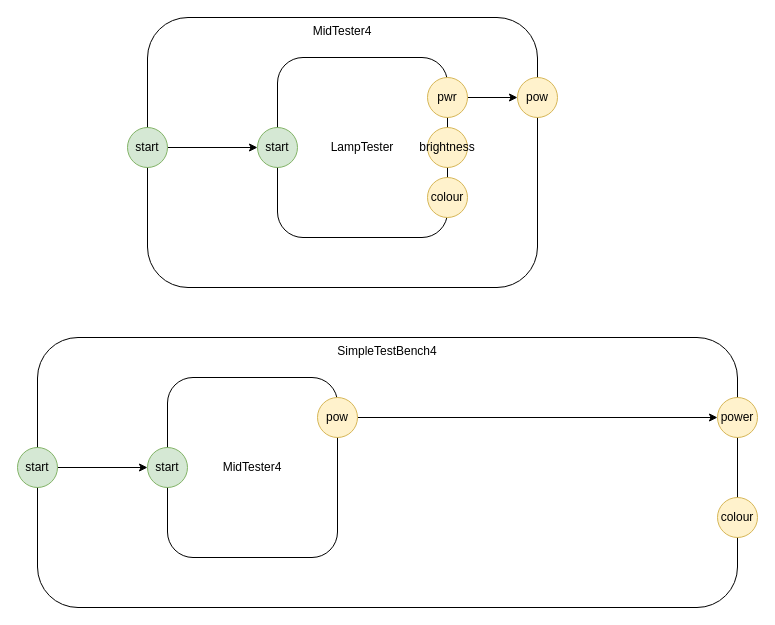
This is page "4 simple Tester" (9 of 11) of hsm.drawio from guitarvydas/hsm, a draw.io file, before an edit. Source tidied: cells renumbered, new cells numbered last; positions are measured from the earlier drawing's top-left corner, leaving out a move shared by most shapes. Both pictures are drawn from the tidied source at 100%, with x=0, y=0 at pixel (17, 17).
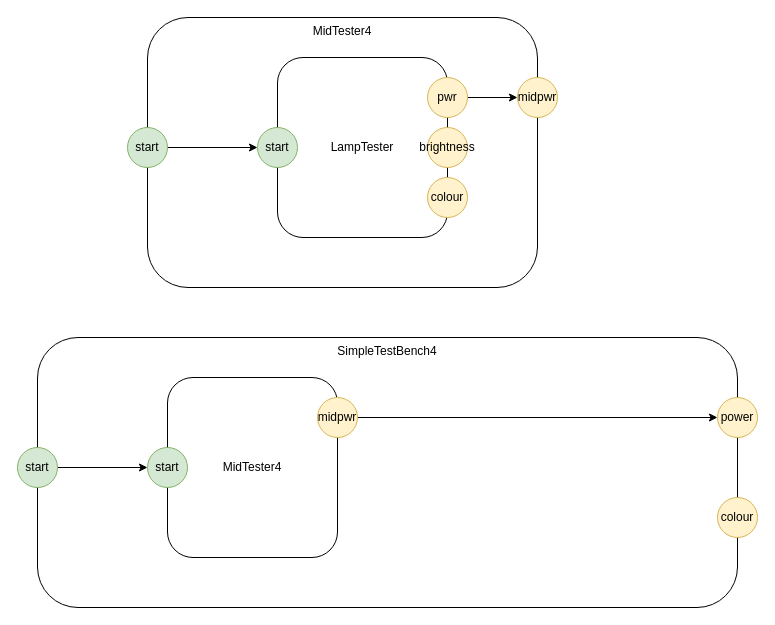
After the change.

The edit, as a diff of the source:
```diff
@@
-    <mxCell id="5" value="pow" style="ellipse;whiteSpace=wrap;html=1;fillColor=#fff2cc;strokeColor=#d6b656;" parent="1" vertex="1">
+    <mxCell id="5" value="midpwr" style="ellipse;whiteSpace=wrap;html=1;fillColor=#fff2cc;strokeColor=#d6b656;" parent="1" vertex="1">
       <mxGeometry x="300" y="380" width="40" height="40" as="geometry" />
     </mxCell>
@@
-    <mxCell id="20" value="pow" style="ellipse;whiteSpace=wrap;html=1;fillColor=#fff2cc;strokeColor=#d6b656;" parent="1" vertex="1">
+    <mxCell id="20" value="midpwr" style="ellipse;whiteSpace=wrap;html=1;fillColor=#fff2cc;strokeColor=#d6b656;" parent="1" vertex="1">
       <mxGeometry x="500" y="60" width="40" height="40" as="geometry" />
     </mxCell>
```
